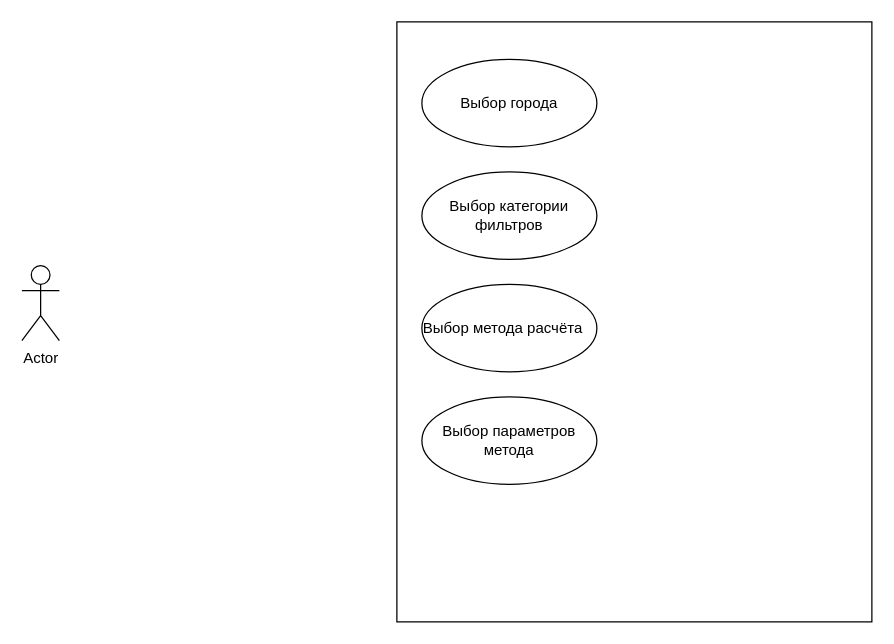
Before: Диаграмма прецедентов.drawio in KirMaid/OsmApiClient, a draw.io diagram. Source tidied: cells renumbered, new cells numbered last; positions are measured from the earlier drawing's top-left corner, leaving out a move shared by most shapes. Both pictures are drawn from the tidied source at 125%, with x=0, y=0 at pixel (21, 21).
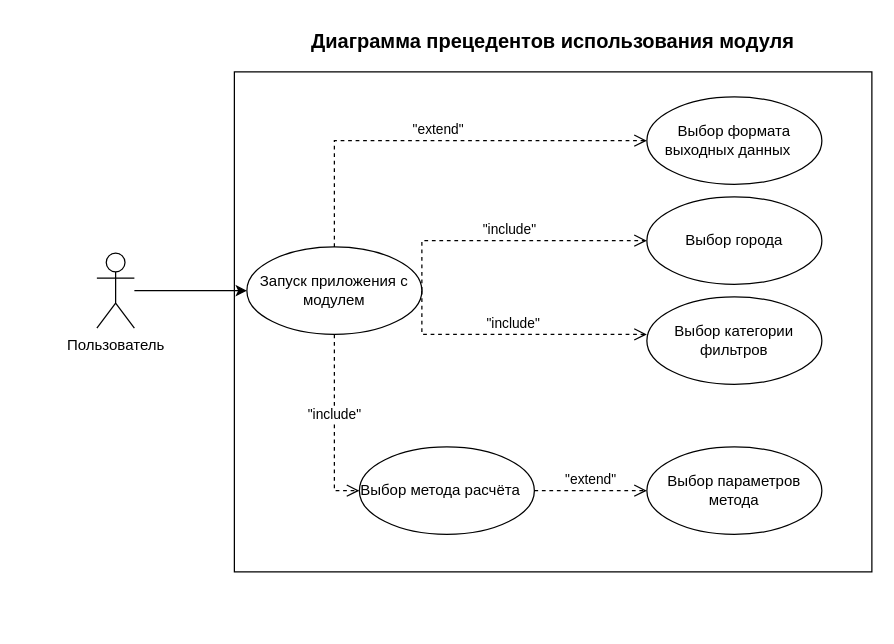
The same page after the edit.

The edit, as a diff of the source:
```diff
@@
-    <mxCell id="2" style="html=1;whiteSpace=wrap;" parent="1" vertex="1">
-      <mxGeometry x="300" width="380" height="480" as="geometry" />
-    </mxCell>
+    <mxCell id="8" style="rounded=0;whiteSpace=wrap;html=1;" parent="1" vertex="1">
+      <mxGeometry x="170" y="40" width="510" height="400" as="geometry" />
+    </mxCell>
+    <mxCell id="9" style="edgeStyle=orthogonalEdgeStyle;rounded=0;jettySize=auto;html=1;entryX=0;entryY=0.5;entryDx=0;entryDy=0;" parent="1" edge="1" source="3" target="12">
+      <mxGeometry relative="1" as="geometry" />
+    </mxCell>
-    <mxCell id="3" value="Actor" style="shape=umlActor;verticalLabelPosition=bottom;verticalAlign=top;html=1;" parent="1" vertex="1">
-      <mxGeometry y="195" width="30" height="60" as="geometry" />
+    <mxCell id="3" value="Пользователь" style="shape=umlActor;verticalLabelPosition=bottom;verticalAlign=top;html=1;" parent="1" vertex="1">
+      <mxGeometry x="60" y="185" width="30" height="60" as="geometry" />
     </mxCell>
     <mxCell id="4" value="Выбор города" style="ellipse;whiteSpace=wrap;html=1;" parent="1" vertex="1">
-      <mxGeometry x="320" y="30" width="140" height="70" as="geometry" />
+      <mxGeometry x="500" y="140" width="140" height="70" as="geometry" />
     </mxCell>
     <mxCell id="5" value="Выбор категории фильтров" style="ellipse;whiteSpace=wrap;html=1;" parent="1" vertex="1">
-      <mxGeometry x="320" y="120" width="140" height="70" as="geometry" />
+      <mxGeometry x="500" y="220" width="140" height="70" as="geometry" />
     </mxCell>
     <mxCell id="6" value="Выбор метода расчёта&amp;nbsp; &amp;nbsp;" style="ellipse;whiteSpace=wrap;html=1;" parent="1" vertex="1">
-      <mxGeometry x="320" y="210" width="140" height="70" as="geometry" />
+      <mxGeometry x="270" y="340" width="140" height="70" as="geometry" />
     </mxCell>
     <mxCell id="7" value="Выбор параметров метода" style="ellipse;whiteSpace=wrap;html=1;" parent="1" vertex="1">
-      <mxGeometry x="320" y="300" width="140" height="70" as="geometry" />
+      <mxGeometry x="500" y="340" width="140" height="70" as="geometry" />
     </mxCell>
+    <mxCell id="10" value="&quot;extend&quot;" style="html=1;verticalAlign=bottom;endArrow=open;dashed=1;endSize=8;edgeStyle=elbowEdgeStyle;elbow=vertical;curved=0;rounded=0;exitX=1;exitY=0.5;exitDx=0;exitDy=0;entryX=0;entryY=0.5;entryDx=0;entryDy=0;" parent="1" edge="1" source="6" target="7">
+      <mxGeometry relative="1" as="geometry" />
+    </mxCell>
+    <mxCell id="11" value="&quot;include&quot;" style="html=1;verticalAlign=bottom;endArrow=open;dashed=1;endSize=8;edgeStyle=elbowEdgeStyle;elbow=vertical;curved=0;rounded=0;exitX=1;exitY=0.5;exitDx=0;exitDy=0;entryX=0;entryY=0.5;entryDx=0;entryDy=0;" parent="1" edge="1" source="12" target="4">
+      <mxGeometry relative="1" as="geometry">
+        <Array as="points">
+          <mxPoint x="450" y="175" />
+        </Array>
+      </mxGeometry>
+    </mxCell>
+    <mxCell id="12" value="Запуск приложения с модулем" style="ellipse;whiteSpace=wrap;html=1;" parent="1" vertex="1">
+      <mxGeometry x="180" y="180" width="140" height="70" as="geometry" />
+    </mxCell>
+    <mxCell id="13" value="&quot;include&quot;" style="html=1;verticalAlign=bottom;endArrow=open;dashed=1;endSize=8;edgeStyle=elbowEdgeStyle;elbow=vertical;curved=0;rounded=0;exitX=1;exitY=0.5;exitDx=0;exitDy=0;" parent="1" edge="1" source="12">
+      <mxGeometry relative="1" as="geometry">
+        <mxPoint x="500" y="250" as="targetPoint" />
+        <Array as="points">
+          <mxPoint x="470" y="250" />
+        </Array>
+      </mxGeometry>
+    </mxCell>
+    <mxCell id="14" value="&quot;include&quot;" style="html=1;verticalAlign=bottom;endArrow=open;dashed=1;endSize=8;edgeStyle=elbowEdgeStyle;elbow=vertical;curved=0;rounded=0;exitX=0.5;exitY=1;exitDx=0;exitDy=0;entryX=0;entryY=0.5;entryDx=0;entryDy=0;" parent="1" edge="1" source="12" target="6">
+      <mxGeometry relative="1" as="geometry">
+        <Array as="points">
+          <mxPoint x="290" y="375" />
+          <mxPoint x="254" y="355" />
+        </Array>
+      </mxGeometry>
+    </mxCell>
+    <mxCell id="15" value="&quot;extend&quot;" style="html=1;verticalAlign=bottom;endArrow=open;dashed=1;endSize=8;edgeStyle=elbowEdgeStyle;elbow=vertical;curved=0;rounded=0;exitX=0.5;exitY=0;exitDx=0;exitDy=0;entryX=0;entryY=0.5;entryDx=0;entryDy=0;" parent="1" edge="1" source="12" target="16">
+      <mxGeometry relative="1" as="geometry">
+        <Array as="points">
+          <mxPoint x="450" y="95" />
+        </Array>
+      </mxGeometry>
+    </mxCell>
+    <mxCell id="16" value="Выбор формата выходных данных&amp;nbsp; &amp;nbsp;" style="ellipse;whiteSpace=wrap;html=1;" parent="1" vertex="1">
+      <mxGeometry x="500" y="60" width="140" height="70" as="geometry" />
+    </mxCell>
+    <mxCell id="17" value="&lt;font style=&quot;font-size: 16px;&quot;&gt;&lt;b&gt;Диаграмма прецедентов использования модуля&lt;/b&gt;&lt;/font&gt;" style="text;html=1;strokeColor=none;fillColor=none;align=center;verticalAlign=middle;whiteSpace=wrap;rounded=0;" parent="1" vertex="1">
+      <mxGeometry x="170" width="510" height="30" as="geometry" />
+    </mxCell>
```
